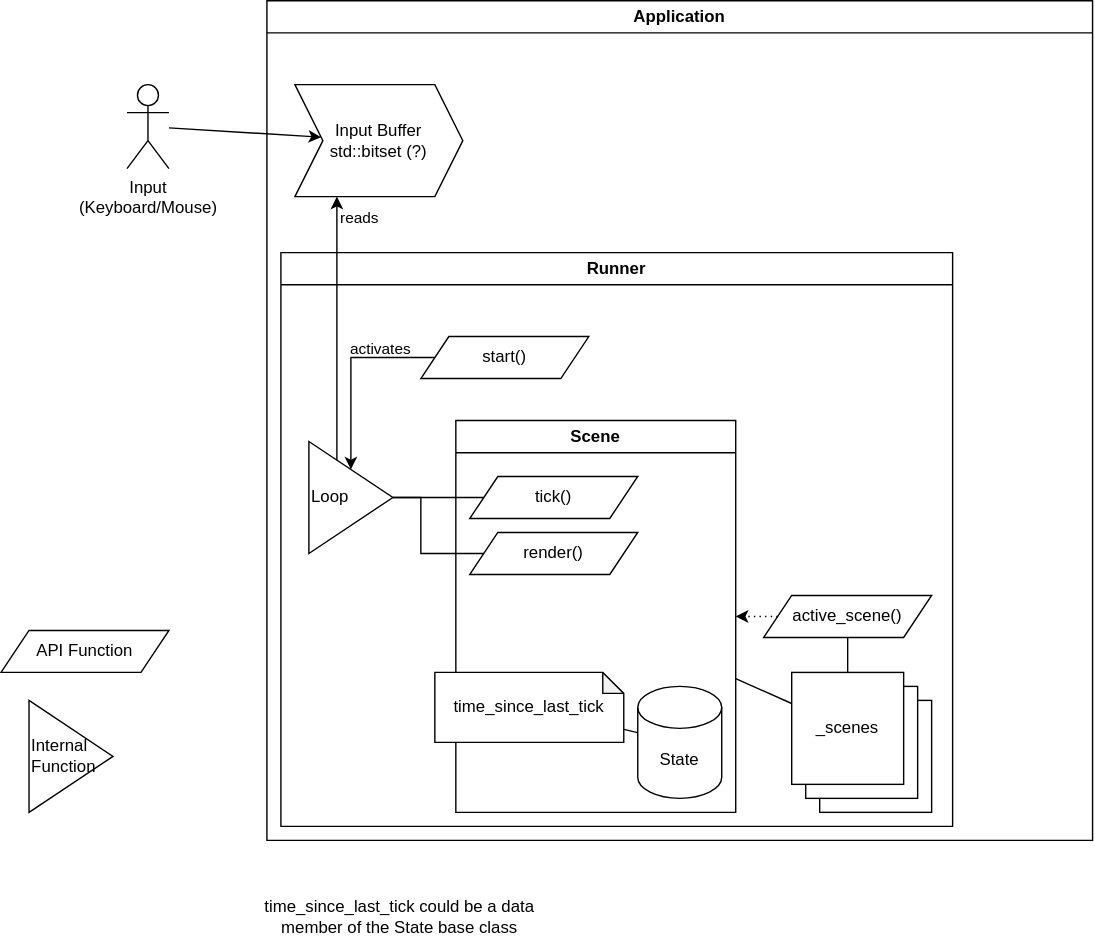
dstodev/cmake-cxx keeps this draw.io diagram as lib/doc/scene.dio.svg. Above is the earlier version. Source tidied: cells renumbered, new cells last; positions are measured from the earlier drawing's top-left corner, leaving out a move shared by most shapes.
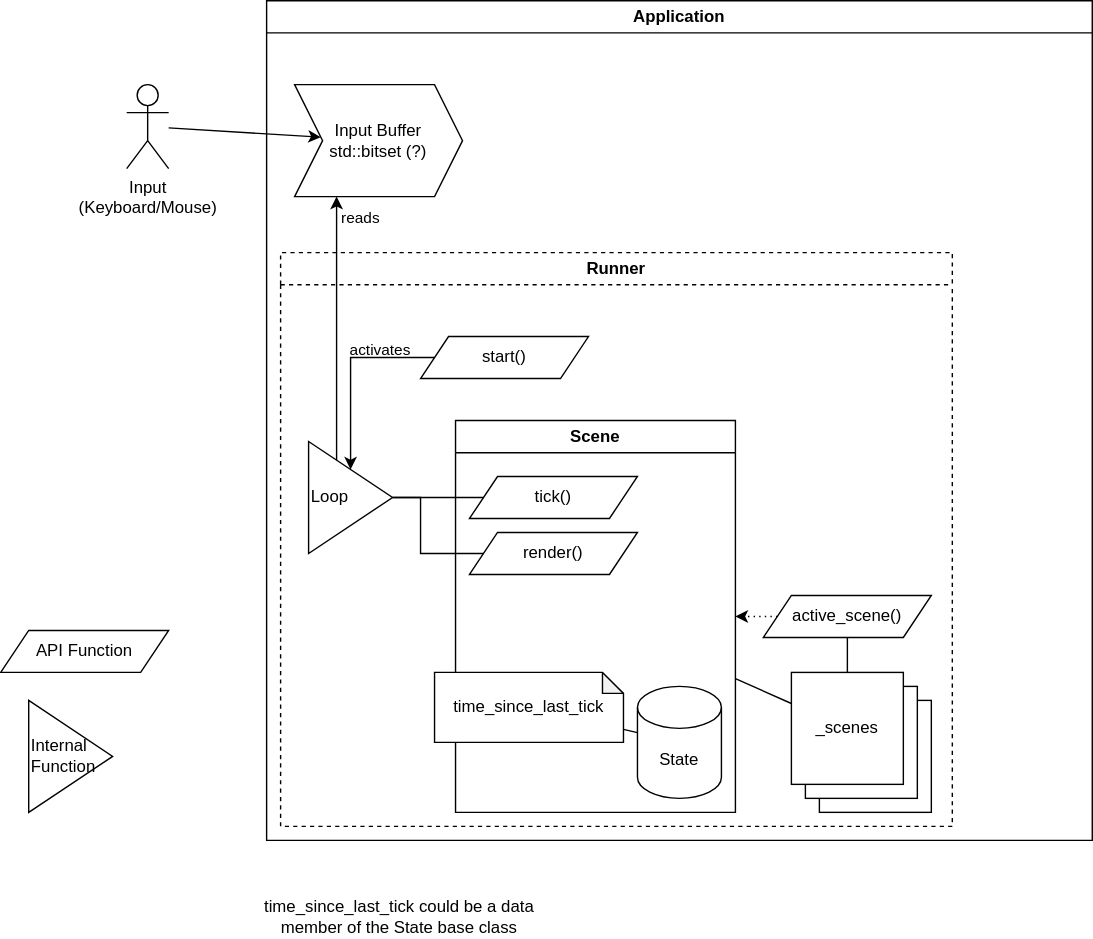
Above is the later version.

Diff of the diagram source:
```diff
@@ -11,7 +11,7 @@
     <mxCell id="4" value="Input Buffer&lt;br&gt;std::bitset (?)" style="shape=step;perimeter=stepPerimeter;whiteSpace=wrap;html=1;fixedSize=1;" parent="3" vertex="1">
       <mxGeometry x="20" y="60" width="120" height="80" as="geometry" />
     </mxCell>
-    <mxCell id="5" value="Runner" style="swimlane;whiteSpace=wrap;html=1;" parent="3" vertex="1">
+    <mxCell id="5" value="Runner" style="swimlane;whiteSpace=wrap;html=1;dashed=1;" parent="3" vertex="1">
       <mxGeometry x="10" y="180" width="480" height="410" as="geometry" />
     </mxCell>
     <mxCell id="6" value="Scene" style="swimlane;whiteSpace=wrap;html=1;" parent="5" vertex="1">
```
